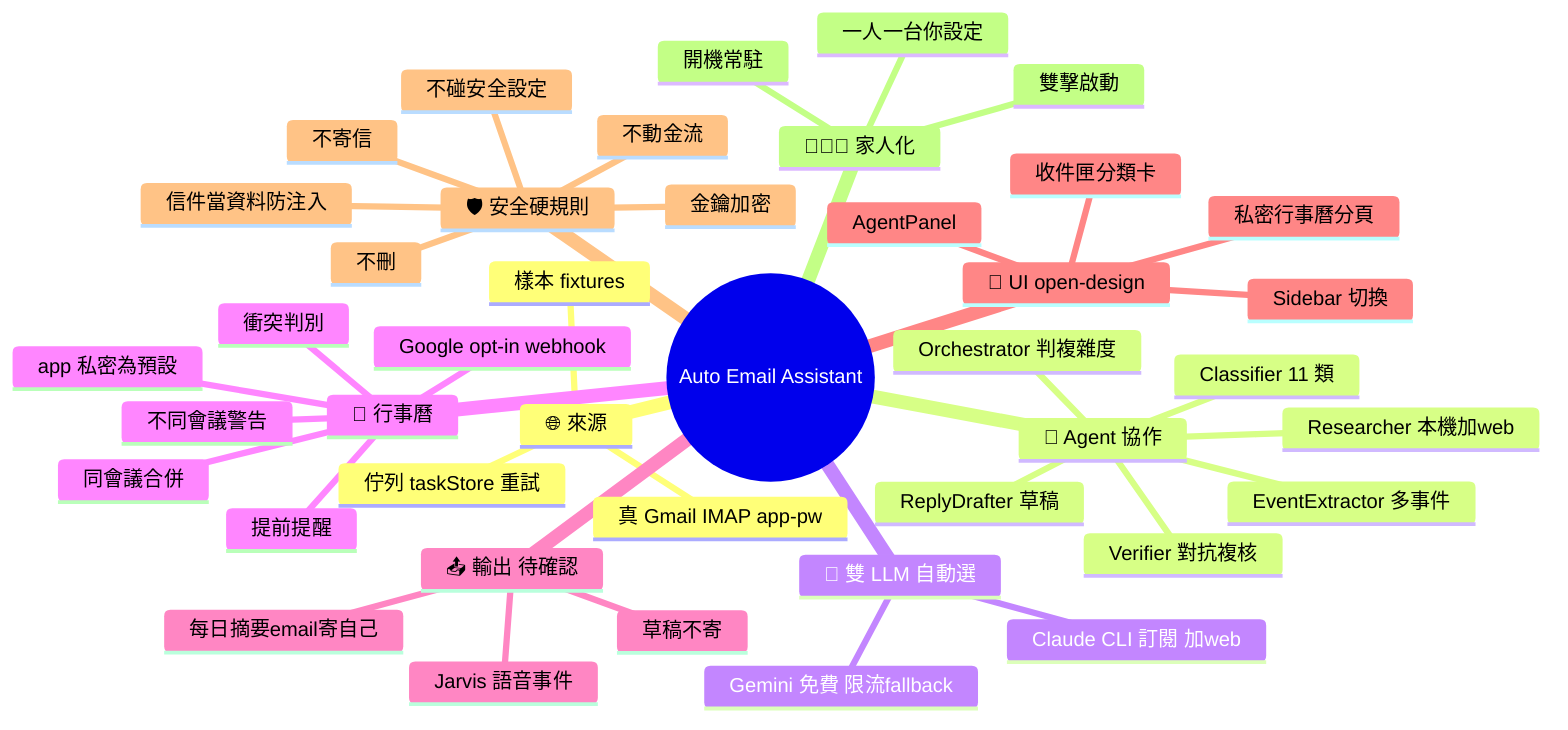
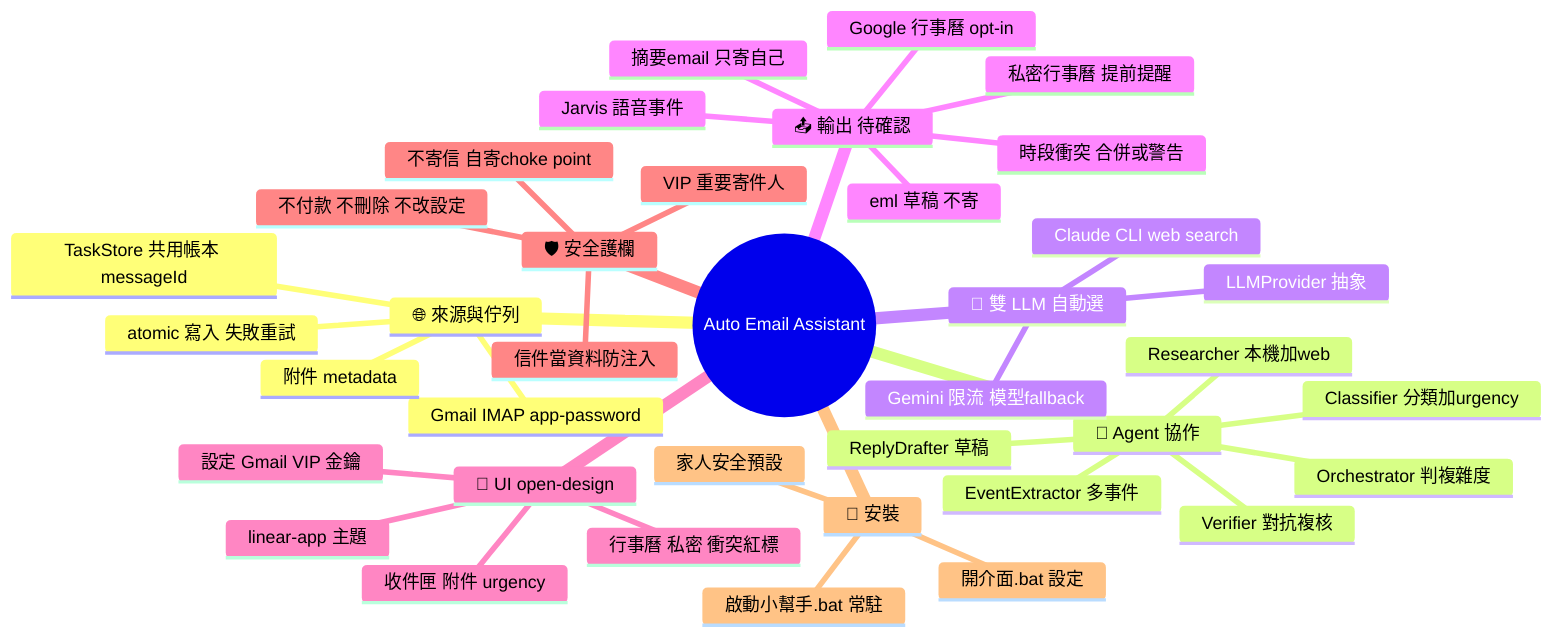
mindmap
  root((Auto Email Assistant))
-     🌐 來源
-       真 Gmail IMAP app-pw
-       樣本 fixtures
-       佇列 taskStore 重試
+     🌐 來源與佇列
+       Gmail IMAP app-password
+       附件 metadata
+       TaskStore 共用帳本 messageId
+       atomic 寫入 失敗重試
    🤝 Agent 協作
      Orchestrator 判複雜度
-       Classifier 11 類
+       Classifier 分類加urgency
      EventExtractor 多事件
      Researcher 本機加web
      ReplyDrafter 草稿
      Verifier 對抗複核
    🧠 雙 LLM 自動選
-       Claude CLI 訂閱 加web
-       Gemini 免費 限流fallback
-     📅 行事曆
-       app 私密為預設
-       提前提醒
-       衝突判別
-       同會議合併
-       不同會議警告
-       Google opt-in webhook
+       Gemini 限流 模型fallback
+       Claude CLI web search
+       LLMProvider 抽象
    📤 輸出 待確認
-       草稿不寄
-       每日摘要email寄自己
+       私密行事曆 提前提醒
+       時段衝突 合併或警告
+       Google 行事曆 opt-in
+       eml 草稿 不寄
+       摘要email 只寄自己
      Jarvis 語音事件
    🎨 UI open-design
-       Sidebar 切換
-       收件匣分類卡
-       私密行事曆分頁
-       AgentPanel
-     🛡️ 安全硬規則
-       不寄信
-       不碰安全設定
-       不動金流
-       不刪
+       linear-app 主題
+       收件匣 附件 urgency
+       行事曆 私密 衝突紅標
+       設定 Gmail VIP 金鑰
+     🛡️ 安全護欄
+       不寄信 自寄choke point
+       不付款 不刪除 不改設定
      信件當資料防注入
-       金鑰加密
-     👨‍👩‍👧 家人化
-       雙擊啟動
-       開機常駐
-       一人一台你設定
+       VIP 重要寄件人
+     🚀 安裝
+       開介面.bat 設定
+       啟動小幫手.bat 常駐
+       家人安全預設
